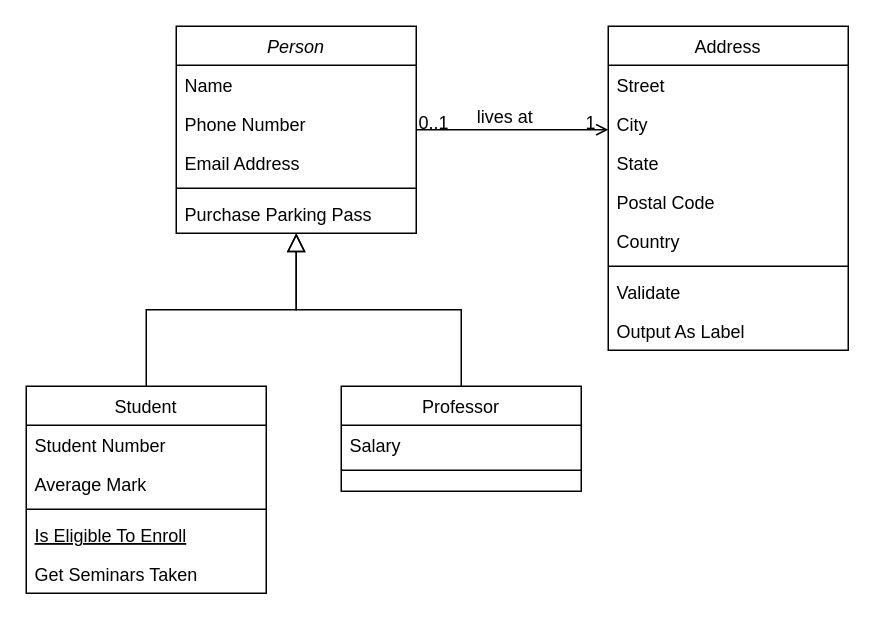
Before: 제목 없는 다이어그램.drawio in personal-preferences/Dong-A-Jul, a draw.io diagram. Source tidied: cells renumbered, new cells numbered last; positions are measured from the earlier drawing's top-left corner, leaving out a move shared by most shapes. Both pictures are drawn from the tidied source at 150%, with x=0, y=0 at pixel (26, 26).
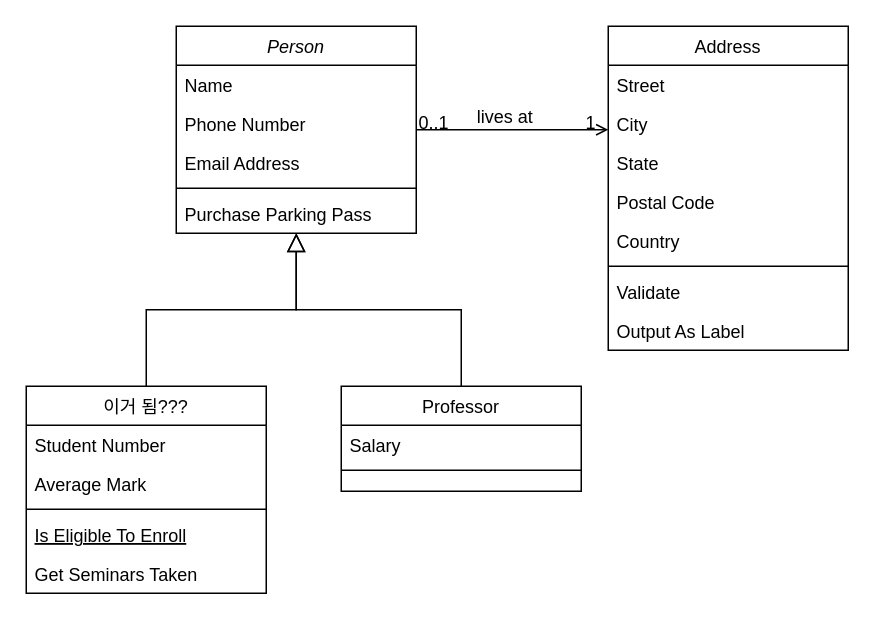
The same page after the edit.

Commit message:
제목 없는 다이어그램.drawio 업데이트

Change to the diagram source:
```diff
@@
-    <mxCell id="8" value="Student" style="swimlane;fontStyle=0;align=center;verticalAlign=top;horizontal=1;startSize=26;rounded=0;shadow=0;strokeWidth=1;" parent="1" vertex="1">
+    <mxCell id="8" value="이거 됨???&#10;" style="swimlane;fontStyle=0;align=center;verticalAlign=top;horizontal=1;startSize=26;rounded=0;shadow=0;strokeWidth=1;" parent="1" vertex="1">
       <mxGeometry y="240" width="160" height="138" as="geometry" />
     </mxCell>
```
